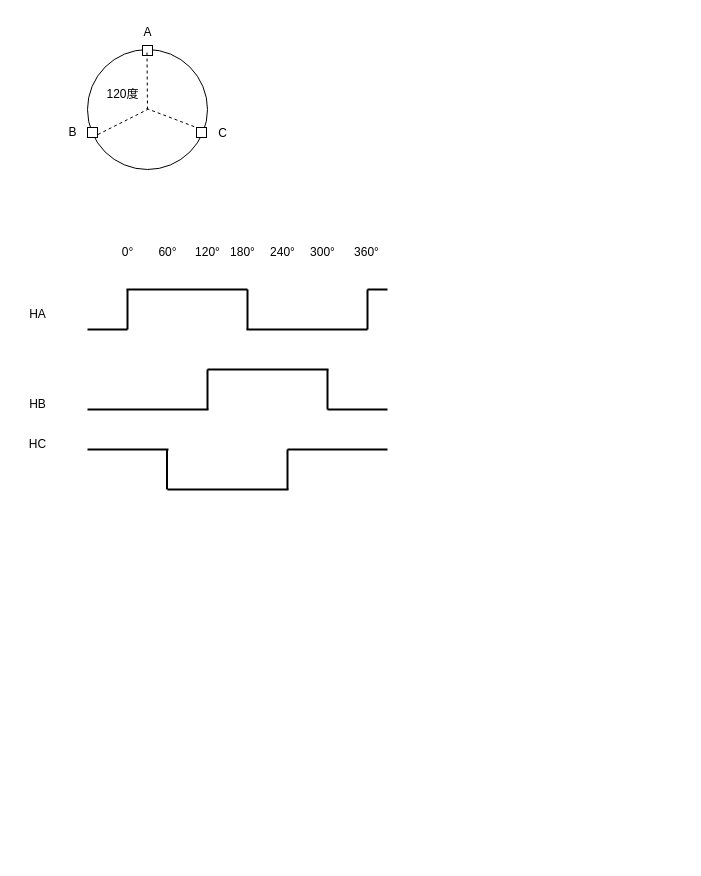
Earlier version of the draw.io diagram 伺服系统中位置传感器介绍.drawio (Vinson-001/Blog-flow-chart). Source tidied: cells renumbered, new cells numbered last; positions are measured from the earlier drawing's top-left corner, leaving out a move shared by most shapes. Both pictures are drawn from the tidied source at 100%, with x=0, y=0 at pixel (17, 17).
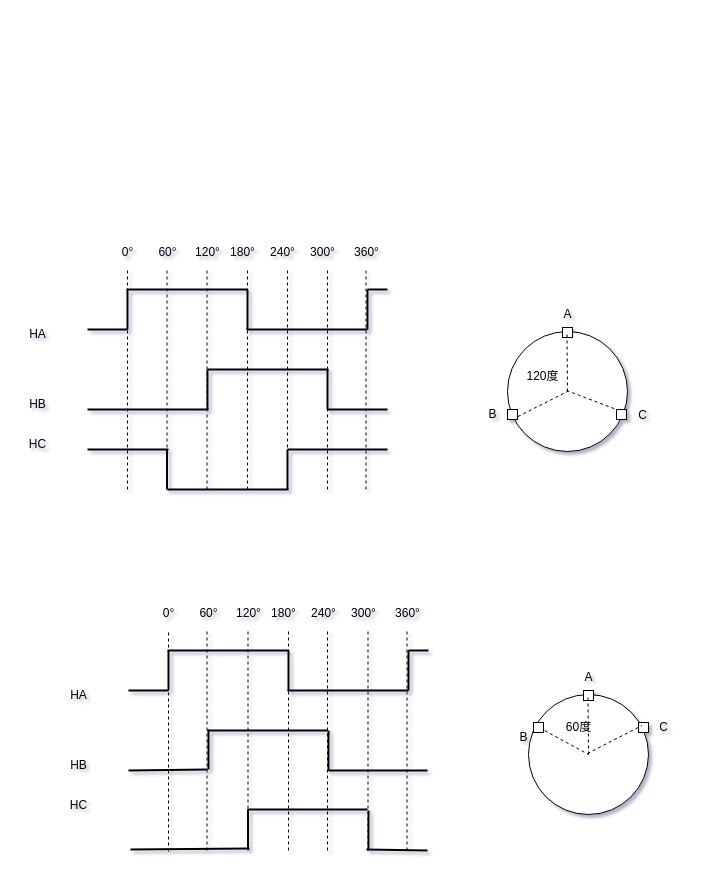
After the change.

Commit message:
更新伺服系统中位置传感器介绍.drawio

The change refers to these unchanged cells:
```xml
<mxCell id="18" value="0°" style="text;html=1;align=center;verticalAlign=middle;points=[];strokeColor=none;fillColor=none;" parent="1" vertex="1">
  <mxGeometry x="95" y="220" width="30" height="30" as="geometry" />
</mxCell>
```

What changed in the source:
```diff
@@
-<mxGraphModel>
+<mxGraphModel shadow="1">
@@
     <mxCell id="2" style="ellipse;whiteSpace=wrap;html=1;" parent="1" vertex="1">
-      <mxGeometry x="70" y="32" width="120" height="120" as="geometry" />
+      <mxGeometry x="490" y="314" width="120" height="120" as="geometry" />
     </mxCell>
     <mxCell id="3" value="A" style="text;html=1;align=center;verticalAlign=middle;strokeColor=none;fillColor=none;" parent="1" vertex="1">
-      <mxGeometry x="115" width="30" height="30" as="geometry" />
+      <mxGeometry x="535" y="282" width="30" height="30" as="geometry" />
     </mxCell>
     <mxCell id="4" value="B" style="text;html=1;align=center;verticalAlign=middle;strokeColor=none;fillColor=none;" parent="1" vertex="1">
-      <mxGeometry x="40" y="100" width="30" height="30" as="geometry" />
+      <mxGeometry x="460" y="382" width="30" height="30" as="geometry" />
     </mxCell>
     <mxCell id="5" value="C" style="text;html=1;align=center;verticalAlign=middle;strokeColor=none;fillColor=none;" parent="1" vertex="1">
-      <mxGeometry x="190" y="101" width="30" height="30" as="geometry" />
+      <mxGeometry x="610" y="383" width="30" height="30" as="geometry" />
     </mxCell>
     <mxCell id="6" style="rounded=0;whiteSpace=wrap;html=1;" parent="1" vertex="1">
-      <mxGeometry x="125" y="28" width="10" height="10" as="geometry" />
+      <mxGeometry x="545" y="310" width="10" height="10" as="geometry" />
     </mxCell>
     <mxCell id="7" style="rounded=0;whiteSpace=wrap;html=1;" parent="1" vertex="1">
-      <mxGeometry x="70" y="110" width="10" height="10" as="geometry" />
+      <mxGeometry x="490" y="392" width="10" height="10" as="geometry" />
     </mxCell>
     <mxCell id="8" style="rounded=0;whiteSpace=wrap;html=1;" parent="1" vertex="1">
-      <mxGeometry x="179" y="110" width="10" height="10" as="geometry" />
+      <mxGeometry x="599" y="392" width="10" height="10" as="geometry" />
     </mxCell>
     <mxCell id="9" style="endArrow=none;dashed=1;html=1;rounded=0;" parent="1" edge="1">
       <mxGeometry relative="1" as="geometry">
-        <mxPoint x="130" y="92" as="sourcePoint" />
-        <mxPoint x="129.5" y="35" as="targetPoint" />
+        <mxPoint x="550" y="374" as="sourcePoint" />
+        <mxPoint x="549.5" y="317" as="targetPoint" />
       </mxGeometry>
     </mxCell>
     <mxCell id="10" style="endArrow=none;dashed=1;html=1;rounded=0;entryX=0.5;entryY=0.5;entryDx=0;entryDy=0;entryPerimeter=0;" parent="1" edge="1" target="2">
       <mxGeometry relative="1" as="geometry">
-        <mxPoint x="80.5" y="117" as="sourcePoint" />
+        <mxPoint x="500.5" y="399" as="sourcePoint" />
       </mxGeometry>
     </mxCell>
     <mxCell id="11" style="endArrow=none;dashed=1;html=1;rounded=0;entryX=0;entryY=0;entryDx=0;entryDy=0;" parent="1" edge="1" target="8">
       <mxGeometry relative="1" as="geometry">
-        <mxPoint x="129" y="91" as="sourcePoint" />
+        <mxPoint x="549" y="373" as="sourcePoint" />
       </mxGeometry>
     </mxCell>
     <mxCell id="12" value="120度" style="text;html=1;align=center;verticalAlign=middle;strokeColor=none;fillColor=none;" parent="1" vertex="1">
-      <mxGeometry x="75" y="62" width="60" height="30" as="geometry" />
+      <mxGeometry x="495" y="344" width="60" height="30" as="geometry" />
     </mxCell>
@@
     <mxCell id="37" value="HA" style="text;html=1;align=center;verticalAlign=middle;strokeColor=none;fillColor=none;" parent="1" vertex="1">
-      <mxGeometry y="282" width="40" height="30" as="geometry" />
+      <mxGeometry y="302" width="40" height="30" as="geometry" />
     </mxCell>
@@
+    <mxCell id="40" style="endArrow=none;dashed=1;html=1;rounded=0;" parent="1" edge="1" target="18">
+      <mxGeometry relative="1" as="geometry">
+        <mxPoint x="110" y="472" as="sourcePoint" />
+      </mxGeometry>
+    </mxCell>
+    <mxCell id="41" style="endArrow=none;dashed=1;html=1;rounded=0;" parent="1" edge="1">
+      <mxGeometry relative="1" as="geometry">
+        <mxPoint x="149.5" y="472" as="sourcePoint" />
+        <mxPoint x="149.5" y="250" as="targetPoint" />
+      </mxGeometry>
+    </mxCell>
+    <mxCell id="42" style="endArrow=none;dashed=1;html=1;rounded=0;" parent="1" edge="1">
+      <mxGeometry relative="1" as="geometry">
+        <mxPoint x="189.5" y="472" as="sourcePoint" />
+        <mxPoint x="189.5" y="250" as="targetPoint" />
+      </mxGeometry>
+    </mxCell>
+    <mxCell id="43" style="endArrow=none;dashed=1;html=1;rounded=0;" parent="1" edge="1">
+      <mxGeometry relative="1" as="geometry">
+        <mxPoint x="230" y="472" as="sourcePoint" />
+        <mxPoint x="230" y="250" as="targetPoint" />
+      </mxGeometry>
+    </mxCell>
+    <mxCell id="44" style="endArrow=none;dashed=1;html=1;rounded=0;" parent="1" edge="1">
+      <mxGeometry relative="1" as="geometry">
+        <mxPoint x="270" y="472" as="sourcePoint" />
+        <mxPoint x="270" y="250" as="targetPoint" />
+      </mxGeometry>
+    </mxCell>
+    <mxCell id="45" style="endArrow=none;dashed=1;html=1;rounded=0;" parent="1" edge="1">
+      <mxGeometry relative="1" as="geometry">
+        <mxPoint x="310" y="472" as="sourcePoint" />
+        <mxPoint x="310" y="250" as="targetPoint" />
+      </mxGeometry>
+    </mxCell>
+    <mxCell id="46" style="endArrow=none;dashed=1;html=1;rounded=0;" parent="1" edge="1">
+      <mxGeometry relative="1" as="geometry">
+        <mxPoint x="348.5" y="472" as="sourcePoint" />
+        <mxPoint x="348.5" y="250" as="targetPoint" />
+      </mxGeometry>
+    </mxCell>
+    <mxCell id="47" style="ellipse;whiteSpace=wrap;html=1;" parent="1" vertex="1">
+      <mxGeometry x="511" y="677" width="120" height="120" as="geometry" />
+    </mxCell>
+    <mxCell id="48" value="A" style="text;html=1;align=center;verticalAlign=middle;strokeColor=none;fillColor=none;" parent="1" vertex="1">
+      <mxGeometry x="556" y="645" width="30" height="30" as="geometry" />
+    </mxCell>
+    <mxCell id="49" value="B" style="text;html=1;align=center;verticalAlign=middle;strokeColor=none;fillColor=none;" parent="1" vertex="1">
+      <mxGeometry x="491" y="705" width="30" height="30" as="geometry" />
+    </mxCell>
+    <mxCell id="50" value="C" style="text;html=1;align=center;verticalAlign=middle;strokeColor=none;fillColor=none;" parent="1" vertex="1">
+      <mxGeometry x="631" y="695" width="30" height="30" as="geometry" />
+    </mxCell>
+    <mxCell id="51" style="rounded=0;whiteSpace=wrap;html=1;" parent="1" vertex="1">
+      <mxGeometry x="566" y="673" width="10" height="10" as="geometry" />
+    </mxCell>
+    <mxCell id="52" style="rounded=0;whiteSpace=wrap;html=1;" parent="1" vertex="1">
+      <mxGeometry x="621" y="705" width="10" height="10" as="geometry" />
+    </mxCell>
+    <mxCell id="53" style="endArrow=none;dashed=1;html=1;rounded=0;" parent="1" edge="1">
+      <mxGeometry relative="1" as="geometry">
+        <mxPoint x="571" y="737" as="sourcePoint" />
+        <mxPoint x="570.5" y="680" as="targetPoint" />
+      </mxGeometry>
+    </mxCell>
+    <mxCell id="54" style="endArrow=none;dashed=1;html=1;rounded=0;entryX=0.5;entryY=0.5;entryDx=0;entryDy=0;entryPerimeter=0;exitX=0.075;exitY=0.242;exitDx=0;exitDy=0;exitPerimeter=0;" parent="1" edge="1" source="58" target="47">
+      <mxGeometry relative="1" as="geometry" />
+    </mxCell>
+    <mxCell id="55" style="endArrow=none;dashed=1;html=1;rounded=0;entryX=0.946;entryY=0.258;entryDx=0;entryDy=0;entryPerimeter=0;" parent="1" edge="1" target="47">
+      <mxGeometry relative="1" as="geometry">
+        <mxPoint x="570" y="736" as="sourcePoint" />
+      </mxGeometry>
+    </mxCell>
+    <mxCell id="56" value="60度" style="text;html=1;align=center;verticalAlign=middle;strokeColor=none;fillColor=none;" parent="1" vertex="1">
+      <mxGeometry x="536" y="695" width="50" height="30" as="geometry" />
+    </mxCell>
+    <mxCell id="57" style="endArrow=none;dashed=1;html=1;rounded=0;entryX=0.5;entryY=0.5;entryDx=0;entryDy=0;entryPerimeter=0;exitX=0.075;exitY=0.242;exitDx=0;exitDy=0;exitPerimeter=0;" parent="1" edge="1" source="47" target="58">
+      <mxGeometry relative="1" as="geometry" />
+    </mxCell>
+    <mxCell id="58" style="rounded=0;whiteSpace=wrap;html=1;" parent="1" vertex="1">
+      <mxGeometry x="516" y="705" width="10" height="10" as="geometry" />
+    </mxCell>
+    <mxCell id="59" style="endArrow=none;html=1;rounded=0;strokeWidth=2;" parent="1" edge="1">
+      <mxGeometry relative="1" as="geometry">
+        <mxPoint x="111" y="673" as="sourcePoint" />
+        <mxPoint x="151" y="673" as="targetPoint" />
+      </mxGeometry>
+    </mxCell>
+    <mxCell id="60" style="endArrow=none;html=1;rounded=0;strokeWidth=2;" parent="1" edge="1">
+      <mxGeometry relative="1" as="geometry">
+        <mxPoint x="151" y="673" as="sourcePoint" />
+        <mxPoint x="151" y="633" as="targetPoint" />
+      </mxGeometry>
+    </mxCell>
+    <mxCell id="61" style="endArrow=none;html=1;rounded=0;strokeWidth=2;" parent="1" edge="1">
+      <mxGeometry relative="1" as="geometry">
+        <mxPoint x="150" y="633" as="sourcePoint" />
+        <mxPoint x="271" y="633" as="targetPoint" />
+      </mxGeometry>
+    </mxCell>
+    <mxCell id="62" style="endArrow=none;html=1;rounded=0;strokeWidth=2;" parent="1" edge="1">
+      <mxGeometry relative="1" as="geometry">
+        <mxPoint x="271" y="673" as="sourcePoint" />
+        <mxPoint x="271" y="633" as="targetPoint" />
+      </mxGeometry>
+    </mxCell>
+    <mxCell id="63" style="endArrow=none;html=1;rounded=0;strokeWidth=2;" parent="1" edge="1">
+      <mxGeometry relative="1" as="geometry">
+        <mxPoint x="270" y="673" as="sourcePoint" />
+        <mxPoint x="391" y="673" as="targetPoint" />
+      </mxGeometry>
+    </mxCell>
+    <mxCell id="64" value="0°" style="text;html=1;align=center;verticalAlign=middle;strokeColor=none;fillColor=none;" parent="1" vertex="1">
+      <mxGeometry x="136" y="581" width="30" height="30" as="geometry" />
+    </mxCell>
+    <mxCell id="65" value="60°" style="text;html=1;align=center;verticalAlign=middle;strokeColor=none;fillColor=none;" parent="1" vertex="1">
+      <mxGeometry x="171" y="581" width="40" height="30" as="geometry" />
+    </mxCell>
+    <mxCell id="66" value="120°" style="text;html=1;align=center;verticalAlign=middle;strokeColor=none;fillColor=none;" parent="1" vertex="1">
+      <mxGeometry x="206" y="581" width="50" height="30" as="geometry" />
+    </mxCell>
+    <mxCell id="67" value="180°" style="text;html=1;align=center;verticalAlign=middle;strokeColor=none;fillColor=none;" parent="1" vertex="1">
+      <mxGeometry x="241" y="581" width="50" height="30" as="geometry" />
+    </mxCell>
+    <mxCell id="68" value="240°" style="text;html=1;align=center;verticalAlign=middle;strokeColor=none;fillColor=none;" parent="1" vertex="1">
+      <mxGeometry x="281" y="581" width="50" height="30" as="geometry" />
+    </mxCell>
+    <mxCell id="69" value="300°" style="text;html=1;align=center;verticalAlign=middle;strokeColor=none;fillColor=none;" parent="1" vertex="1">
+      <mxGeometry x="321" y="581" width="50" height="30" as="geometry" />
+    </mxCell>
+    <mxCell id="70" value="360°" style="text;html=1;align=center;verticalAlign=middle;strokeColor=none;fillColor=none;" parent="1" vertex="1">
+      <mxGeometry x="365" y="581" width="50" height="30" as="geometry" />
+    </mxCell>
+    <mxCell id="71" style="endArrow=none;html=1;rounded=0;strokeWidth=2;" parent="1" edge="1">
+      <mxGeometry relative="1" as="geometry">
+        <mxPoint x="190" y="713" as="sourcePoint" />
+        <mxPoint x="310" y="713" as="targetPoint" />
+      </mxGeometry>
+    </mxCell>
+    <mxCell id="72" style="endArrow=none;html=1;rounded=0;strokeWidth=2;" parent="1" edge="1">
+      <mxGeometry relative="1" as="geometry">
+        <mxPoint x="191" y="752" as="sourcePoint" />
+        <mxPoint x="191" y="712" as="targetPoint" />
+      </mxGeometry>
+    </mxCell>
+    <mxCell id="73" style="endArrow=none;html=1;rounded=0;strokeWidth=2;" parent="1" edge="1">
+      <mxGeometry relative="1" as="geometry">
+        <mxPoint x="111" y="753" as="sourcePoint" />
+        <mxPoint x="190" y="752" as="targetPoint" />
+      </mxGeometry>
+    </mxCell>
+    <mxCell id="74" style="endArrow=none;html=1;rounded=0;strokeWidth=2;" parent="1" edge="1">
+      <mxGeometry relative="1" as="geometry">
+        <mxPoint x="311" y="753" as="sourcePoint" />
+        <mxPoint x="311" y="713" as="targetPoint" />
+      </mxGeometry>
+    </mxCell>
+    <mxCell id="75" style="endArrow=none;html=1;rounded=0;strokeWidth=2;" parent="1" edge="1">
+      <mxGeometry relative="1" as="geometry">
+        <mxPoint x="311" y="753" as="sourcePoint" />
+        <mxPoint x="410" y="753" as="targetPoint" />
+      </mxGeometry>
+    </mxCell>
+    <mxCell id="76" style="endArrow=none;html=1;rounded=0;strokeWidth=2;" parent="1" edge="1">
+      <mxGeometry relative="1" as="geometry">
+        <mxPoint x="349" y="832" as="sourcePoint" />
+        <mxPoint x="410" y="833" as="targetPoint" />
+      </mxGeometry>
+    </mxCell>
+    <mxCell id="77" style="endArrow=none;html=1;rounded=0;strokeWidth=2;" parent="1" edge="1">
+      <mxGeometry relative="1" as="geometry">
+        <mxPoint x="391" y="673" as="sourcePoint" />
+        <mxPoint x="391" y="633" as="targetPoint" />
+      </mxGeometry>
+    </mxCell>
+    <mxCell id="78" style="endArrow=none;html=1;rounded=0;strokeWidth=2;" parent="1" edge="1">
+      <mxGeometry relative="1" as="geometry">
+        <mxPoint x="391" y="633" as="sourcePoint" />
+        <mxPoint x="411" y="633" as="targetPoint" />
+      </mxGeometry>
+    </mxCell>
+    <mxCell id="79" style="endArrow=none;html=1;rounded=0;strokeWidth=2;" parent="1" edge="1">
+      <mxGeometry relative="1" as="geometry">
+        <mxPoint x="230" y="792" as="sourcePoint" />
+        <mxPoint x="350" y="792" as="targetPoint" />
+      </mxGeometry>
+    </mxCell>
+    <mxCell id="80" style="endArrow=none;html=1;rounded=0;strokeWidth=2;" parent="1" edge="1">
+      <mxGeometry relative="1" as="geometry">
+        <mxPoint x="351" y="833" as="sourcePoint" />
+        <mxPoint x="351" y="793" as="targetPoint" />
+      </mxGeometry>
+    </mxCell>
+    <mxCell id="81" style="endArrow=none;html=1;rounded=0;strokeWidth=2;" parent="1" edge="1">
+      <mxGeometry relative="1" as="geometry">
+        <mxPoint x="113" y="832" as="sourcePoint" />
+        <mxPoint x="232" y="831" as="targetPoint" />
+      </mxGeometry>
+    </mxCell>
+    <mxCell id="82" style="endArrow=none;html=1;rounded=0;strokeWidth=2;" parent="1" edge="1">
+      <mxGeometry relative="1" as="geometry">
+        <mxPoint x="230.5" y="832" as="sourcePoint" />
+        <mxPoint x="230.5" y="792" as="targetPoint" />
+      </mxGeometry>
+    </mxCell>
+    <mxCell id="83" value="HA" style="text;html=1;align=center;verticalAlign=middle;strokeColor=none;fillColor=none;" parent="1" vertex="1">
+      <mxGeometry x="41" y="663" width="40" height="30" as="geometry" />
+    </mxCell>
+    <mxCell id="84" value="HB" style="text;html=1;align=center;verticalAlign=middle;strokeColor=none;fillColor=none;" parent="1" vertex="1">
+      <mxGeometry x="41" y="733" width="40" height="30" as="geometry" />
+    </mxCell>
+    <mxCell id="85" value="HC" style="text;html=1;align=center;verticalAlign=middle;strokeColor=none;fillColor=none;" parent="1" vertex="1">
+      <mxGeometry x="41" y="773" width="40" height="30" as="geometry" />
+    </mxCell>
+    <mxCell id="86" style="endArrow=none;dashed=1;html=1;rounded=0;" parent="1" edge="1">
+      <mxGeometry relative="1" as="geometry">
+        <mxPoint x="151" y="834" as="sourcePoint" />
+        <mxPoint x="151" y="612" as="targetPoint" />
+      </mxGeometry>
+    </mxCell>
+    <mxCell id="87" style="endArrow=none;dashed=1;html=1;rounded=0;" parent="1" edge="1">
+      <mxGeometry relative="1" as="geometry">
+        <mxPoint x="350.5" y="833" as="sourcePoint" />
+        <mxPoint x="350.5" y="611" as="targetPoint" />
+      </mxGeometry>
+    </mxCell>
+    <mxCell id="88" style="endArrow=none;dashed=1;html=1;rounded=0;" parent="1" edge="1">
+      <mxGeometry relative="1" as="geometry">
+        <mxPoint x="189.5" y="833" as="sourcePoint" />
+        <mxPoint x="189.5" y="611" as="targetPoint" />
+      </mxGeometry>
+    </mxCell>
+    <mxCell id="89" style="endArrow=none;dashed=1;html=1;rounded=0;" parent="1" edge="1">
+      <mxGeometry relative="1" as="geometry">
+        <mxPoint x="271" y="833" as="sourcePoint" />
+        <mxPoint x="271" y="611" as="targetPoint" />
+      </mxGeometry>
+    </mxCell>
+    <mxCell id="90" style="endArrow=none;dashed=1;html=1;rounded=0;" parent="1" edge="1">
+      <mxGeometry relative="1" as="geometry">
+        <mxPoint x="310" y="833" as="sourcePoint" />
+        <mxPoint x="310" y="611" as="targetPoint" />
+      </mxGeometry>
+    </mxCell>
+    <mxCell id="91" style="endArrow=none;dashed=1;html=1;rounded=0;" parent="1" edge="1">
+      <mxGeometry relative="1" as="geometry">
+        <mxPoint x="230.5" y="833" as="sourcePoint" />
+        <mxPoint x="230.5" y="611" as="targetPoint" />
+      </mxGeometry>
+    </mxCell>
+    <mxCell id="92" style="endArrow=none;dashed=1;html=1;rounded=0;" parent="1" edge="1">
+      <mxGeometry relative="1" as="geometry">
+        <mxPoint x="389.5" y="833" as="sourcePoint" />
+        <mxPoint x="389.5" y="611" as="targetPoint" />
+      </mxGeometry>
+    </mxCell>
```
